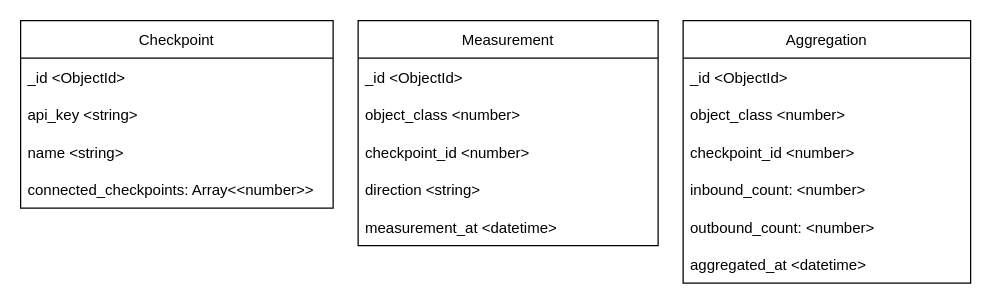
Earlier version of the draw.io diagram page "Data Schema" (4 of 7) of Documentation/infrastructure.drawio (jimmylevell/crowd-overview). Source tidied: cells renumbered, new cells numbered last; positions are measured from the earlier drawing's top-left corner, leaving out a move shared by most shapes. Both pictures are drawn from the tidied source at 125%, with x=0, y=0 at pixel (20, 20).
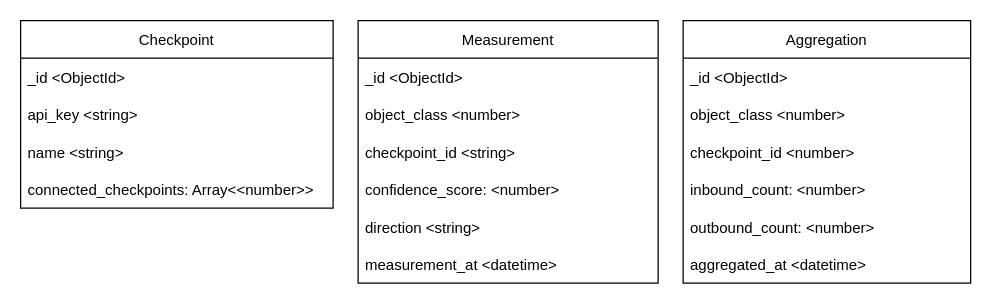
After the change.

The edit, as a diff of the source:
```diff
@@
     <mxCell id="2" value="Measurement" style="swimlane;fontStyle=0;horizontal=1;startSize=30;" parent="1" vertex="1">
-      <mxGeometry x="270" width="240" height="180" as="geometry" />
+      <mxGeometry x="270" width="240" height="210" as="geometry" />
     </mxCell>
@@
-    <mxCell id="5" value="checkpoint_id &lt;number&gt;" style="text;strokeColor=none;fillColor=none;align=left;verticalAlign=middle;spacingLeft=4;spacingRight=4;overflow=hidden;" parent="2" vertex="1">
+    <mxCell id="5" value="checkpoint_id &lt;string&gt;" style="text;strokeColor=none;fillColor=none;align=left;verticalAlign=middle;spacingLeft=4;spacingRight=4;overflow=hidden;" parent="2" vertex="1">
       <mxGeometry y="90" width="240" height="30" as="geometry" />
     </mxCell>
+    <mxCell id="20" value="confidence_score: &lt;number&gt;" style="text;strokeColor=none;fillColor=none;align=left;verticalAlign=middle;spacingLeft=4;spacingRight=4;overflow=hidden;" parent="2" vertex="1">
+      <mxGeometry y="120" width="240" height="30" as="geometry" />
+    </mxCell>
     <mxCell id="6" value="direction &lt;string&gt;" style="text;strokeColor=none;fillColor=none;align=left;verticalAlign=middle;spacingLeft=4;spacingRight=4;overflow=hidden;" parent="2" vertex="1">
-      <mxGeometry y="120" width="240" height="30" as="geometry" />
+      <mxGeometry y="150" width="240" height="30" as="geometry" />
     </mxCell>
     <mxCell id="7" value="measurement_at &lt;datetime&gt;" style="text;strokeColor=none;fillColor=none;align=left;verticalAlign=middle;spacingLeft=4;spacingRight=4;overflow=hidden;" parent="2" vertex="1">
-      <mxGeometry y="150" width="240" height="30" as="geometry" />
+      <mxGeometry y="180" width="240" height="30" as="geometry" />
     </mxCell>
```
